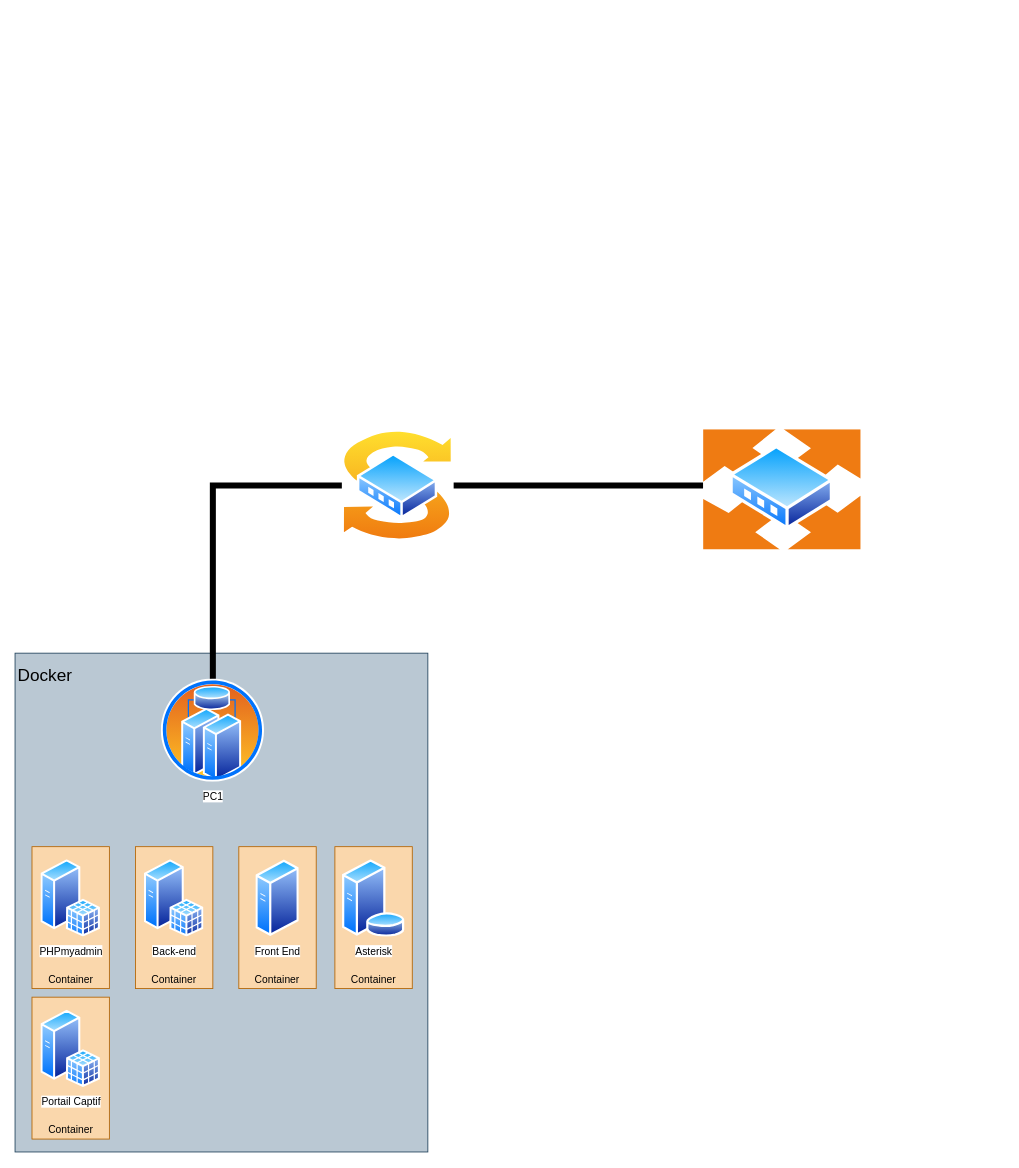
Before: schema_infra.drawio in TomekMaty/OP-1-Site-r-servation-hotel, a draw.io diagram. Source tidied: cells renumbered, new cells numbered last; positions are measured from the earlier drawing's top-left corner, leaving out a move shared by most shapes. Both pictures are drawn from the tidied source at 86%, with x=0, y=0 at pixel (15, 429).
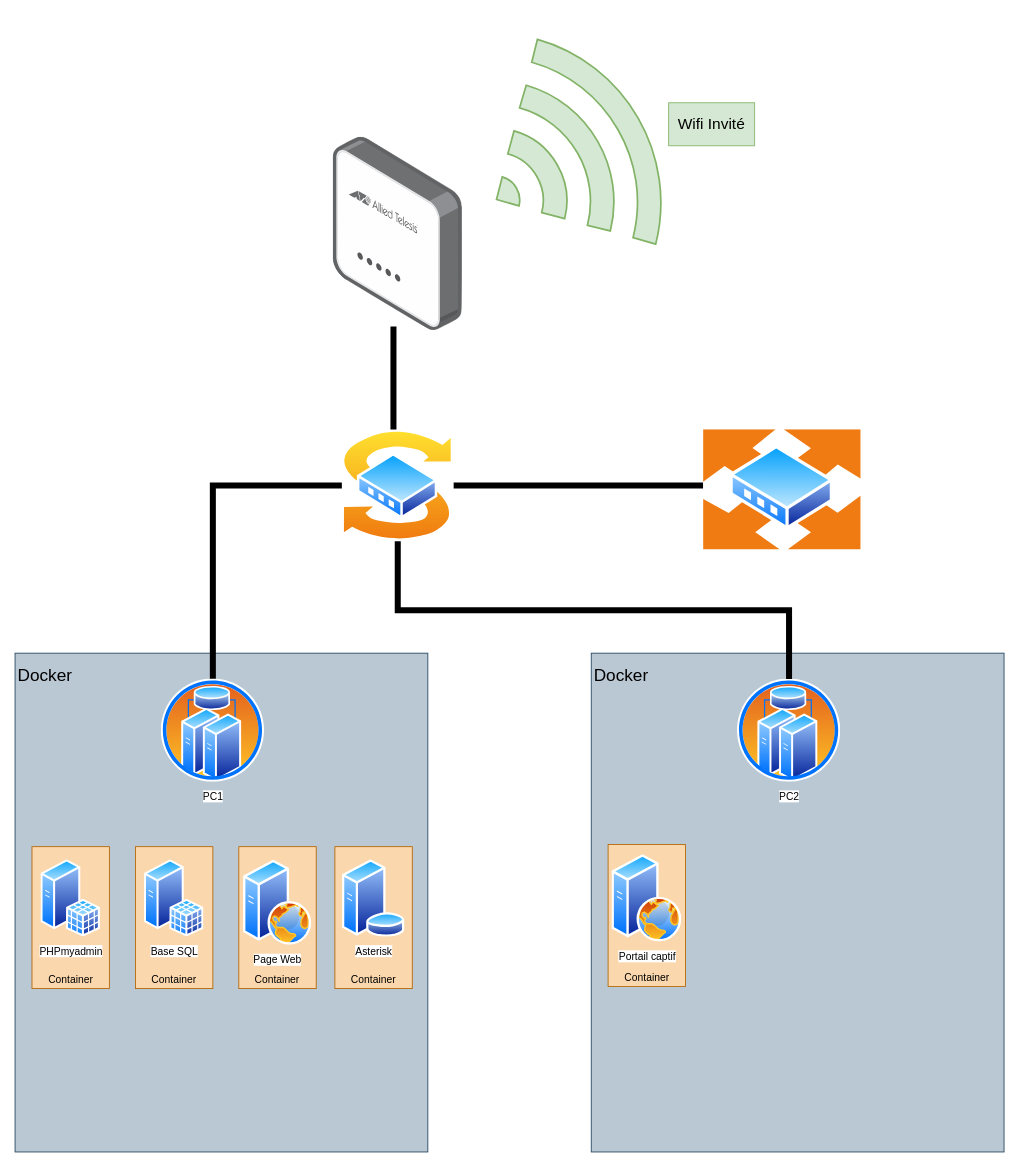
After the change.

Unchanged cells that the change refers to:
```xml
<mxCell id="21" style="image;perimeter=ellipsePerimeter;html=1;align=center;shadow=0;dashed=0;spacingTop=3;image=img/lib/active_directory/switch.svg;" parent="1" vertex="1">
  <mxGeometry x="380" width="130" height="130" as="geometry" />
</mxCell>
```

The edit, as a diff of the source:
```diff
@@
-    <mxCell id="6" value="Back-end" style="image;perimeter=ellipsePerimeter;html=1;align=center;shadow=0;dashed=0;spacingTop=3;image=img/lib/active_directory/sql_server.svg;" parent="1" vertex="1">
+    <mxCell id="6" value="Base SQL" style="image;perimeter=ellipsePerimeter;html=1;align=center;shadow=0;dashed=0;spacingTop=3;image=img/lib/active_directory/sql_server.svg;" parent="1" vertex="1">
       <mxGeometry x="150.3" y="500" width="69.3" height="90" as="geometry" />
     </mxCell>
@@
-    <mxCell id="8" value="Front End" style="image;perimeter=ellipsePerimeter;html=1;align=center;shadow=0;dashed=0;spacingTop=3;image=img/lib/active_directory/generic_server.svg;" parent="1" vertex="1">
-      <mxGeometry x="280" y="500" width="50.4" height="90" as="geometry" />
-    </mxCell>
@@
-    <mxCell id="18" style="rounded=0;whiteSpace=wrap;html=1;fillColor=#fad7ac;strokeColor=#b46504;" parent="1" vertex="1">
-      <mxGeometry x="19.7" y="660" width="90" height="165" as="geometry" />
-    </mxCell>
-    <mxCell id="19" value="Portail Captif" style="image;perimeter=ellipsePerimeter;html=1;align=center;shadow=0;dashed=0;spacingTop=3;image=img/lib/active_directory/sql_server.svg;" parent="1" vertex="1">
-      <mxGeometry x="30" y="675" width="69.3" height="90" as="geometry" />
-    </mxCell>
-    <mxCell id="20" value="Container" style="text;html=1;whiteSpace=wrap;strokeColor=none;fillColor=none;align=center;verticalAlign=middle;rounded=0;" parent="1" vertex="1">
-      <mxGeometry x="34.7" y="800" width="60" height="30" as="geometry" />
-    </mxCell>
@@
+    <mxCell id="24" style="rounded=0;whiteSpace=wrap;html=1;fillColor=#bac8d3;strokeColor=#23445d;" parent="1" vertex="1">
+      <mxGeometry x="670" y="260" width="480" height="580" as="geometry" />
+    </mxCell>
+    <mxCell id="25" value="PC2" style="image;perimeter=ellipsePerimeter;html=1;align=center;shadow=0;dashed=0;spacingTop=3;image=img/lib/active_directory/cluster_server.svg;" parent="1" vertex="1">
+      <mxGeometry x="840" y="290" width="120" height="120" as="geometry" />
+    </mxCell>
+    <mxCell id="26" value="&lt;font style=&quot;font-size: 20px;&quot;&gt;Docker&lt;/font&gt;" style="text;html=1;whiteSpace=wrap;strokeColor=none;fillColor=none;align=center;verticalAlign=middle;rounded=0;" parent="1" vertex="1">
+      <mxGeometry x="675" y="270" width="60" height="30" as="geometry" />
+    </mxCell>
+    <mxCell id="27" style="rounded=0;whiteSpace=wrap;html=1;fillColor=#fad7ac;strokeColor=#b46504;" parent="1" vertex="1">
+      <mxGeometry x="689.6" y="482.5" width="90" height="165" as="geometry" />
+    </mxCell>
+    <mxCell id="20" value="Container" style="text;html=1;whiteSpace=wrap;strokeColor=none;fillColor=none;align=center;verticalAlign=middle;rounded=0;" parent="1" vertex="1">
+      <mxGeometry x="704.6" y="622.5" width="60" height="30" as="geometry" />
+    </mxCell>
+    <mxCell id="28" value="Portail captif" style="image;perimeter=ellipsePerimeter;html=1;align=center;shadow=0;dashed=0;spacingTop=3;image=img/lib/active_directory/web_server.svg;" parent="1" vertex="1">
+      <mxGeometry x="694" y="494.2" width="81.2" height="101.5" as="geometry" />
+    </mxCell>
+    <mxCell id="29" value="Page Web" style="image;perimeter=ellipsePerimeter;html=1;align=center;shadow=0;dashed=0;spacingTop=3;image=img/lib/active_directory/web_server.svg;" parent="1" vertex="1">
+      <mxGeometry x="265.6" y="500.5" width="79.2" height="99" as="geometry" />
+    </mxCell>
+    <mxCell id="30" style="edgeStyle=orthogonalEdgeStyle;rounded=0;jettySize=auto;html=1;endArrow=none;endFill=0;strokeWidth=7;exitX=0.5;exitY=1;exitDx=0;exitDy=0;entryX=0.5;entryY=0;entryDx=0;entryDy=0;" parent="1" edge="1" source="21" target="25">
+      <mxGeometry relative="1" as="geometry" />
+    </mxCell>
+    <mxCell id="31" style="image;points=[];html=1;align=center;shadow=0;dashed=0;image=img/lib/allied_telesis/wireless/Access_Point_Indoor.svg;" parent="1" vertex="1">
+      <mxGeometry x="369.7" y="-340" width="150.6" height="224.6" as="geometry" />
+    </mxCell>
+    <mxCell id="32" style="edgeStyle=orthogonalEdgeStyle;rounded=0;jettySize=auto;html=1;endArrow=none;endFill=0;strokeWidth=7;exitX=0.467;exitY=0.98;exitDx=0;exitDy=0;exitPerimeter=0;" parent="1" edge="1" source="31">
+      <mxGeometry relative="1" as="geometry">
+        <mxPoint x="440" as="targetPoint" />
+      </mxGeometry>
+    </mxCell>
+    <mxCell id="33" style="html=1;verticalLabelPosition=bottom;align=center;labelBackgroundColor=#ffffff;verticalAlign=top;strokeWidth=2;strokeColor=#82b366;shadow=0;dashed=0;shape=mxgraph.ios7.icons.wifi;fillColor=#d5e8d4;rotation=60;" parent="1" vertex="1">
+      <mxGeometry x="504.6" y="-410" width="275" height="190" as="geometry" />
+    </mxCell>
+    <mxCell id="34" value="Wifi Invité" style="text;html=1;whiteSpace=wrap;strokeColor=#82b366;fillColor=#d5e8d4;align=center;verticalAlign=middle;rounded=0;fontSize=18;" parent="1" vertex="1">
+      <mxGeometry x="760" y="-380" width="100" height="50" as="geometry" />
+    </mxCell>
```
